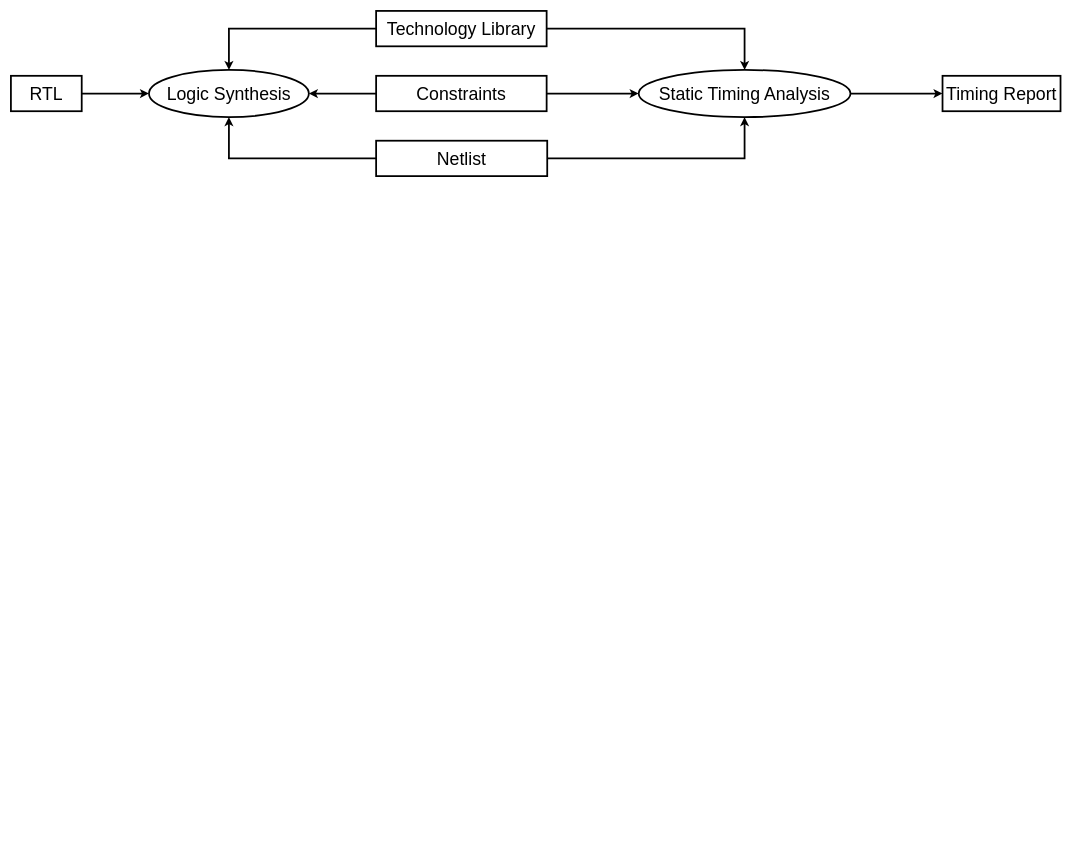
This is constraints application.drawio from T-Maharshi-Sanand-Yadav/draw.io, a draw.io file, before an edit. Source tidied: cells renumbered, new cells numbered last; positions are measured from the earlier drawing's top-left corner, leaving out a move shared by most shapes. Both pictures are drawn from the tidied source at 59%, with x=0, y=0 at pixel (11, 11).
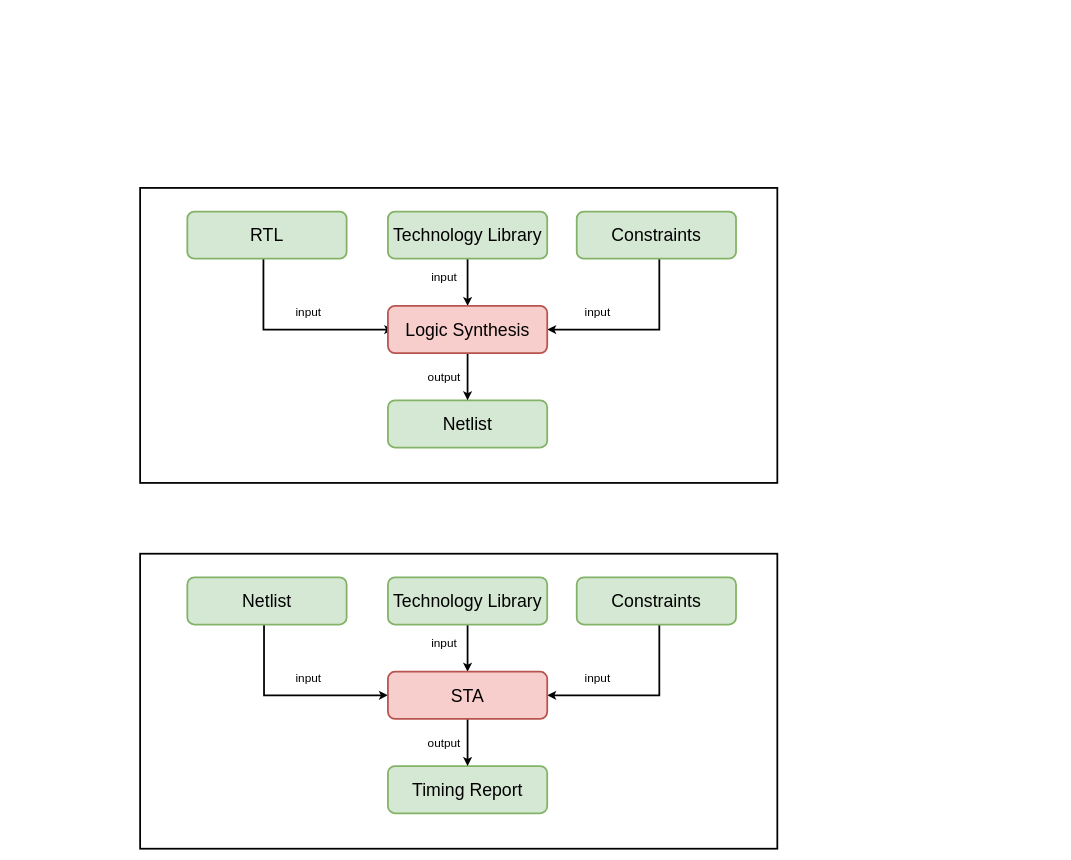
After the change.

Diff of the diagram source:
```diff
@@
-    <mxCell id="2" style="edgeStyle=orthogonalEdgeStyle;rounded=0;jettySize=auto;html=1;strokeWidth=3;fontSize=30;" parent="1" edge="1" source="3" target="4">
-      <mxGeometry relative="1" as="geometry" />
-    </mxCell>
+    <mxCell id="17" style="rounded=0;whiteSpace=wrap;html=1;gradientDirection=radial;fontSize=30;strokeWidth=3;" parent="1" vertex="1">
+      <mxGeometry x="219" y="300" width="1080" height="500" as="geometry" />
+    </mxCell>
+    <mxCell id="18" style="edgeStyle=orthogonalEdgeStyle;rounded=0;orthogonalLoop=1;jettySize=auto;html=1;entryX=0;entryY=0.5;entryDx=0;entryDy=0;strokeWidth=3;fontSize=30;" parent="1" edge="1">
+      <mxGeometry relative="1" as="geometry">
+        <mxPoint x="428" y="420" as="sourcePoint" />
+        <mxPoint x="648" y="540" as="targetPoint" />
+        <Array as="points">
+          <mxPoint x="428" y="540" />
+        </Array>
+      </mxGeometry>
+    </mxCell>
-    <mxCell id="3" value="RTL" style="rounded=0;whiteSpace=wrap;html=1;strokeWidth=3;fontSize=30;" parent="1" vertex="1">
-      <mxGeometry y="110" width="120" height="60" as="geometry" />
+    <mxCell id="3" value="RTL" style="rounded=1;whiteSpace=wrap;html=1;strokeWidth=3;fontSize=30;fillColor=#d5e8d4;strokeColor=#82b366;" parent="1" vertex="1">
+      <mxGeometry x="299" y="340" width="270" height="80" as="geometry" />
     </mxCell>
+    <mxCell id="19" style="edgeStyle=orthogonalEdgeStyle;rounded=0;jettySize=auto;html=1;strokeWidth=3;fontSize=30;" parent="1" edge="1" source="20" target="4">
+      <mxGeometry relative="1" as="geometry" />
+    </mxCell>
+    <mxCell id="20" value="Technology Library" style="rounded=1;whiteSpace=wrap;html=1;strokeWidth=3;fontSize=30;fillColor=#d5e8d4;strokeColor=#82b366;" parent="1" vertex="1">
+      <mxGeometry x="639" y="340" width="270" height="80" as="geometry" />
+    </mxCell>
+    <mxCell id="21" style="edgeStyle=orthogonalEdgeStyle;rounded=0;jettySize=auto;html=1;entryX=1;entryY=0.5;entryDx=0;entryDy=0;strokeWidth=3;fontSize=30;" parent="1" edge="1" source="22" target="4">
+      <mxGeometry relative="1" as="geometry">
+        <Array as="points">
+          <mxPoint x="1099" y="540" />
+        </Array>
+      </mxGeometry>
+    </mxCell>
+    <mxCell id="22" value="Constraints" style="rounded=1;whiteSpace=wrap;html=1;strokeWidth=3;fontSize=30;fillColor=#d5e8d4;strokeColor=#82b366;" parent="1" vertex="1">
+      <mxGeometry x="959" y="340" width="270" height="80" as="geometry" />
+    </mxCell>
+    <mxCell id="23" value="Netlist" style="rounded=1;whiteSpace=wrap;html=1;strokeWidth=3;fontSize=30;fillColor=#d5e8d4;strokeColor=#82b366;" parent="1" vertex="1">
+      <mxGeometry x="639" y="660" width="270" height="80" as="geometry" />
+    </mxCell>
+    <mxCell id="24" style="edgeStyle=orthogonalEdgeStyle;rounded=0;jettySize=auto;html=1;strokeWidth=3;fontSize=30;" parent="1" edge="1" source="4" target="23">
+      <mxGeometry relative="1" as="geometry" />
+    </mxCell>
-    <mxCell id="4" value="Logic Synthesis" style="ellipse;whiteSpace=wrap;html=1;strokeWidth=3;fontSize=30;" parent="1" vertex="1">
-      <mxGeometry x="234" y="100" width="271" height="80" as="geometry" />
+    <mxCell id="4" value="Logic Synthesis" style="rounded=1;whiteSpace=wrap;html=1;strokeWidth=3;fontSize=30;fillColor=#f8cecc;strokeColor=#b85450;" parent="1" vertex="1">
+      <mxGeometry x="639" y="500" width="270" height="80" as="geometry" />
     </mxCell>
-    <mxCell id="5" style="edgeStyle=orthogonalEdgeStyle;rounded=0;jettySize=auto;html=1;entryX=0.5;entryY=0;entryDx=0;entryDy=0;strokeWidth=3;fontSize=30;" parent="1" edge="1" source="7" target="4">
-      <mxGeometry relative="1" as="geometry" />
-    </mxCell>
-    <mxCell id="6" style="edgeStyle=orthogonalEdgeStyle;rounded=0;jettySize=auto;html=1;entryX=0.5;entryY=0;entryDx=0;entryDy=0;strokeWidth=3;fontSize=30;" parent="1" edge="1" source="7" target="15">
-      <mxGeometry relative="1" as="geometry" />
-    </mxCell>
-    <mxCell id="7" value="Technology Library" style="rounded=0;whiteSpace=wrap;html=1;strokeWidth=3;fontSize=30;" parent="1" vertex="1">
-      <mxGeometry x="619" width="289" height="60" as="geometry" />
-    </mxCell>
-    <mxCell id="8" style="edgeStyle=orthogonalEdgeStyle;rounded=0;jettySize=auto;html=1;strokeWidth=3;fontSize=30;" parent="1" edge="1" source="10" target="4">
-      <mxGeometry relative="1" as="geometry" />
-    </mxCell>
-    <mxCell id="9" style="edgeStyle=orthogonalEdgeStyle;rounded=0;jettySize=auto;html=1;strokeWidth=3;fontSize=30;" parent="1" edge="1" source="10" target="15">
-      <mxGeometry relative="1" as="geometry" />
-    </mxCell>
-    <mxCell id="10" value="Constraints" style="rounded=0;whiteSpace=wrap;html=1;strokeWidth=3;fontSize=30;" parent="1" vertex="1">
-      <mxGeometry x="619" y="110" width="289" height="60" as="geometry" />
-    </mxCell>
-    <mxCell id="11" style="edgeStyle=orthogonalEdgeStyle;rounded=0;jettySize=auto;html=1;entryX=0.5;entryY=1;entryDx=0;entryDy=0;strokeWidth=3;fontSize=30;" parent="1" edge="1" source="13" target="4">
-      <mxGeometry relative="1" as="geometry" />
-    </mxCell>
-    <mxCell id="12" style="edgeStyle=orthogonalEdgeStyle;rounded=0;jettySize=auto;html=1;entryX=0.5;entryY=1;entryDx=0;entryDy=0;strokeWidth=3;fontSize=30;" parent="1" edge="1" source="13" target="15">
-      <mxGeometry relative="1" as="geometry" />
-    </mxCell>
-    <mxCell id="13" value="Netlist" style="rounded=0;whiteSpace=wrap;html=1;strokeWidth=3;fontSize=30;" parent="1" vertex="1">
-      <mxGeometry x="619" y="220" width="290" height="60" as="geometry" />
-    </mxCell>
-    <mxCell id="14" style="edgeStyle=orthogonalEdgeStyle;rounded=0;jettySize=auto;html=1;strokeWidth=3;fontSize=30;" parent="1" edge="1" source="15" target="16">
-      <mxGeometry relative="1" as="geometry" />
-    </mxCell>
-    <mxCell id="15" value="Static Timing Analysis" style="ellipse;whiteSpace=wrap;html=1;strokeWidth=3;fontSize=30;" parent="1" vertex="1">
-      <mxGeometry x="1064" y="100" width="359" height="80" as="geometry" />
-    </mxCell>
+    <mxCell id="25" value="input" style="text;html=1;align=center;verticalAlign=middle;strokeColor=none;fillColor=none;fontSize=20;" parent="1" vertex="1">
+      <mxGeometry x="469" y="490" width="70" height="40" as="geometry" />
+    </mxCell>
+    <mxCell id="26" value="input" style="text;html=1;align=center;verticalAlign=middle;strokeColor=none;fillColor=none;fontSize=20;" parent="1" vertex="1">
+      <mxGeometry x="699" y="430" width="70" height="40" as="geometry" />
+    </mxCell>
+    <mxCell id="27" value="input" style="text;html=1;align=center;verticalAlign=middle;strokeColor=none;fillColor=none;fontSize=20;" parent="1" vertex="1">
+      <mxGeometry x="959" y="490" width="70" height="40" as="geometry" />
+    </mxCell>
+    <mxCell id="28" value="output" style="text;html=1;align=center;verticalAlign=middle;strokeColor=none;fillColor=none;fontSize=20;" parent="1" vertex="1">
+      <mxGeometry x="694" y="600" width="80" height="40" as="geometry" />
+    </mxCell>
+    <mxCell id="29" style="rounded=0;whiteSpace=wrap;html=1;gradientDirection=radial;fontSize=30;strokeWidth=3;" parent="1" vertex="1">
+      <mxGeometry x="219" y="920" width="1080" height="500" as="geometry" />
+    </mxCell>
+    <mxCell id="30" style="edgeStyle=orthogonalEdgeStyle;rounded=0;jettySize=auto;html=1;entryX=0;entryY=0.5;entryDx=0;entryDy=0;strokeWidth=3;fontSize=30;" parent="1" edge="1" source="31" target="37">
+      <mxGeometry relative="1" as="geometry">
+        <Array as="points">
+          <mxPoint x="429" y="1160" />
+        </Array>
+      </mxGeometry>
+    </mxCell>
+    <mxCell id="31" value="Netlist" style="rounded=1;whiteSpace=wrap;html=1;strokeWidth=3;fontSize=30;fillColor=#d5e8d4;strokeColor=#82b366;" parent="1" vertex="1">
+      <mxGeometry x="299" y="960" width="270" height="80" as="geometry" />
+    </mxCell>
+    <mxCell id="32" style="edgeStyle=orthogonalEdgeStyle;rounded=0;jettySize=auto;html=1;strokeWidth=3;fontSize=30;" parent="1" edge="1" source="33" target="37">
+      <mxGeometry relative="1" as="geometry" />
+    </mxCell>
+    <mxCell id="33" value="Technology Library" style="rounded=1;whiteSpace=wrap;html=1;strokeWidth=3;fontSize=30;fillColor=#d5e8d4;strokeColor=#82b366;" parent="1" vertex="1">
+      <mxGeometry x="639" y="960" width="270" height="80" as="geometry" />
+    </mxCell>
+    <mxCell id="34" style="edgeStyle=orthogonalEdgeStyle;rounded=0;jettySize=auto;html=1;entryX=1;entryY=0.5;entryDx=0;entryDy=0;strokeWidth=3;fontSize=30;" parent="1" edge="1" source="35" target="37">
+      <mxGeometry relative="1" as="geometry">
+        <Array as="points">
+          <mxPoint x="1099" y="1160" />
+        </Array>
+      </mxGeometry>
+    </mxCell>
+    <mxCell id="35" value="Constraints" style="rounded=1;whiteSpace=wrap;html=1;strokeWidth=3;fontSize=30;fillColor=#d5e8d4;strokeColor=#82b366;" parent="1" vertex="1">
+      <mxGeometry x="959" y="960" width="270" height="80" as="geometry" />
+    </mxCell>
-    <mxCell id="16" value="Timing Report" style="rounded=0;whiteSpace=wrap;html=1;strokeWidth=3;fontSize=30;" parent="1" vertex="1">
-      <mxGeometry x="1579" y="110" width="200" height="60" as="geometry" />
+    <mxCell id="16" value="Timing Report" style="rounded=1;whiteSpace=wrap;html=1;strokeWidth=3;fontSize=30;fillColor=#d5e8d4;strokeColor=#82b366;" parent="1" vertex="1">
+      <mxGeometry x="639" y="1280" width="270" height="80" as="geometry" />
     </mxCell>
+    <mxCell id="36" style="edgeStyle=orthogonalEdgeStyle;rounded=0;jettySize=auto;html=1;strokeWidth=3;fontSize=30;" parent="1" edge="1" source="37" target="16">
+      <mxGeometry relative="1" as="geometry" />
+    </mxCell>
+    <mxCell id="37" value="STA" style="rounded=1;whiteSpace=wrap;html=1;strokeWidth=3;fontSize=30;fillColor=#f8cecc;strokeColor=#b85450;" parent="1" vertex="1">
+      <mxGeometry x="639" y="1120" width="270" height="80" as="geometry" />
+    </mxCell>
+    <mxCell id="38" value="input" style="text;html=1;align=center;verticalAlign=middle;strokeColor=none;fillColor=none;fontSize=20;" parent="1" vertex="1">
+      <mxGeometry x="469" y="1110" width="70" height="40" as="geometry" />
+    </mxCell>
+    <mxCell id="39" value="input" style="text;html=1;align=center;verticalAlign=middle;strokeColor=none;fillColor=none;fontSize=20;" parent="1" vertex="1">
+      <mxGeometry x="699" y="1050" width="70" height="40" as="geometry" />
+    </mxCell>
+    <mxCell id="40" value="input" style="text;html=1;align=center;verticalAlign=middle;strokeColor=none;fillColor=none;fontSize=20;" parent="1" vertex="1">
+      <mxGeometry x="959" y="1110" width="70" height="40" as="geometry" />
+    </mxCell>
+    <mxCell id="41" value="output" style="text;html=1;align=center;verticalAlign=middle;strokeColor=none;fillColor=none;fontSize=20;" parent="1" vertex="1">
+      <mxGeometry x="694" y="1220" width="80" height="40" as="geometry" />
+    </mxCell>
```
